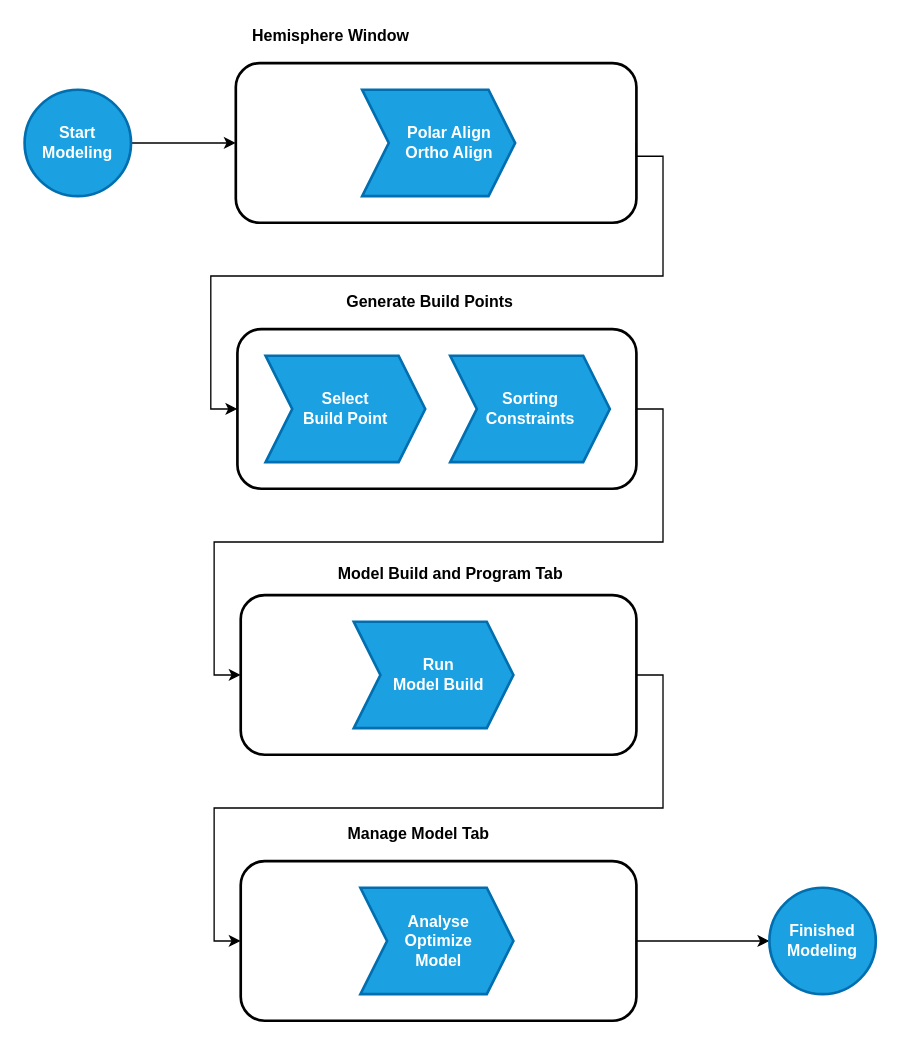
Above: doc/workflows/modeling/image/workflow.drawio in mworion/MountWizzard4 (draw.io), before the change. Source tidied: cells renumbered, new cells numbered last; positions are measured from the earlier drawing's top-left corner, leaving out a move shared by most shapes. Both pictures are drawn from the tidied source at 133%, with x=0, y=0 at pixel (24, 23).
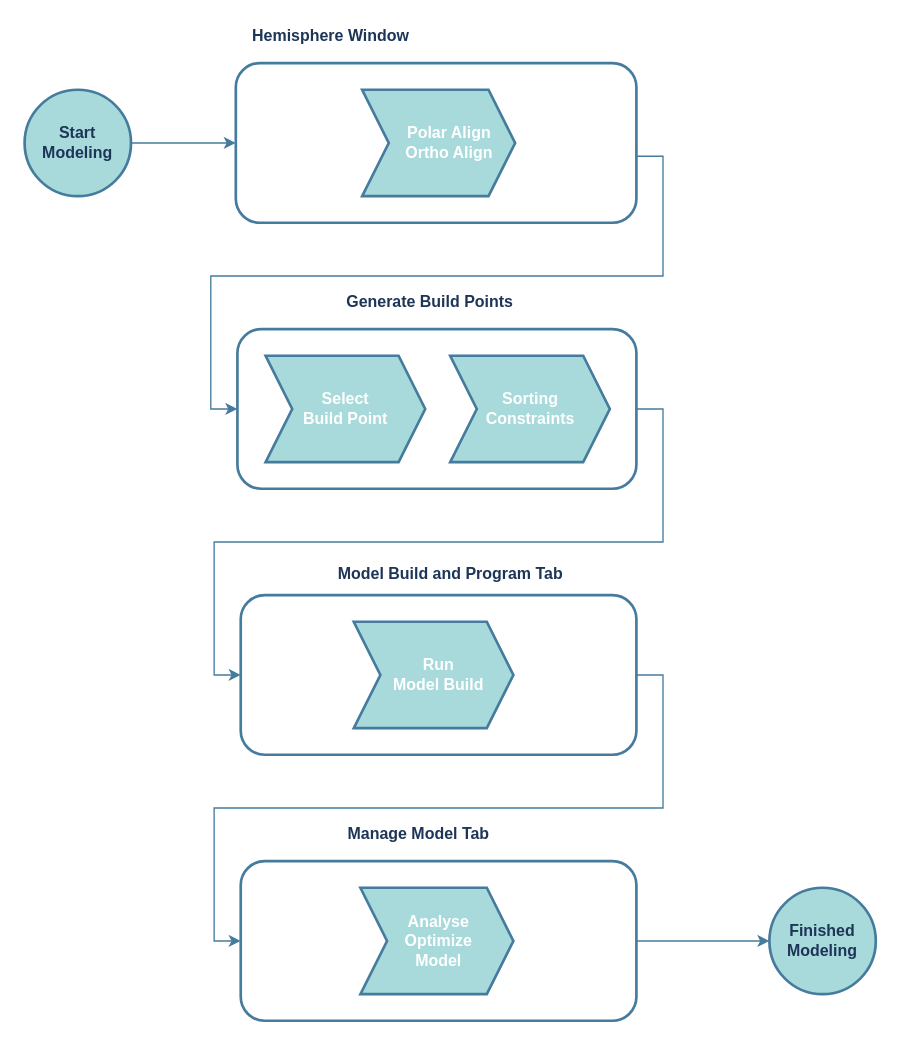
After the change.

Diff of the diagram source:
```diff
@@
-    <mxCell id="2" style="edgeStyle=orthogonalEdgeStyle;rounded=0;jettySize=auto;html=1;exitX=1;exitY=0.5;exitDx=0;exitDy=0;entryX=0;entryY=0.5;entryDx=0;entryDy=0;" parent="1" edge="1" source="3" target="14">
+    <mxCell id="2" style="edgeStyle=orthogonalEdgeStyle;rounded=0;jettySize=auto;html=1;exitX=1;exitY=0.5;exitDx=0;exitDy=0;entryX=0;entryY=0.5;entryDx=0;entryDy=0;labelBackgroundColor=none;strokeColor=#457B9D;fontColor=default;" parent="1" edge="1" source="3" target="14">
       <mxGeometry relative="1" as="geometry" />
     </mxCell>
-    <mxCell id="3" style="rounded=1;whiteSpace=wrap;html=1;fillColor=none;fontStyle=1;strokeWidth=2;" parent="1" vertex="1">
+    <mxCell id="3" style="rounded=1;whiteSpace=wrap;html=1;fillColor=none;fontStyle=1;strokeWidth=2;labelBackgroundColor=none;strokeColor=#457B9D;fontColor=#1D3557;" parent="1" vertex="1">
       <mxGeometry x="162.5" y="630" width="297.5" height="120" as="geometry" />
     </mxCell>
-    <mxCell id="4" style="edgeStyle=orthogonalEdgeStyle;rounded=0;jettySize=auto;html=1;exitX=1;exitY=0.5;exitDx=0;exitDy=0;entryX=0;entryY=0.5;entryDx=0;entryDy=0;" parent="1" edge="1" source="5" target="3">
+    <mxCell id="4" style="edgeStyle=orthogonalEdgeStyle;rounded=0;jettySize=auto;html=1;exitX=1;exitY=0.5;exitDx=0;exitDy=0;entryX=0;entryY=0.5;entryDx=0;entryDy=0;labelBackgroundColor=none;strokeColor=#457B9D;fontColor=default;" parent="1" edge="1" source="5" target="3">
       <mxGeometry relative="1" as="geometry" />
     </mxCell>
-    <mxCell id="5" style="rounded=1;whiteSpace=wrap;html=1;fillColor=none;fontStyle=1;strokeWidth=2;" parent="1" vertex="1">
+    <mxCell id="5" style="rounded=1;whiteSpace=wrap;html=1;fillColor=none;fontStyle=1;strokeWidth=2;labelBackgroundColor=none;strokeColor=#457B9D;fontColor=#1D3557;" parent="1" vertex="1">
       <mxGeometry x="162.5" y="430" width="297.5" height="120" as="geometry" />
     </mxCell>
-    <mxCell id="6" style="edgeStyle=orthogonalEdgeStyle;rounded=0;jettySize=auto;html=1;exitX=1;exitY=0.5;exitDx=0;exitDy=0;entryX=0;entryY=0.5;entryDx=0;entryDy=0;" parent="1" edge="1" source="7" target="5">
+    <mxCell id="6" style="edgeStyle=orthogonalEdgeStyle;rounded=0;jettySize=auto;html=1;exitX=1;exitY=0.5;exitDx=0;exitDy=0;entryX=0;entryY=0.5;entryDx=0;entryDy=0;labelBackgroundColor=none;strokeColor=#457B9D;fontColor=default;" parent="1" edge="1" source="7" target="5">
       <mxGeometry relative="1" as="geometry" />
     </mxCell>
-    <mxCell id="7" style="rounded=1;whiteSpace=wrap;html=1;fillColor=none;fontStyle=1;strokeWidth=2;" parent="1" vertex="1">
+    <mxCell id="7" style="rounded=1;whiteSpace=wrap;html=1;fillColor=none;fontStyle=1;strokeWidth=2;labelBackgroundColor=none;strokeColor=#457B9D;fontColor=#1D3557;" parent="1" vertex="1">
       <mxGeometry x="160" y="230" width="300" height="120" as="geometry" />
     </mxCell>
-    <mxCell id="8" style="edgeStyle=orthogonalEdgeStyle;rounded=0;jettySize=auto;html=1;exitX=1;exitY=0.5;exitDx=0;exitDy=0;entryX=0;entryY=0.5;entryDx=0;entryDy=0;" parent="1" edge="1" source="9" target="19">
+    <mxCell id="8" style="edgeStyle=orthogonalEdgeStyle;rounded=0;jettySize=auto;html=1;exitX=1;exitY=0.5;exitDx=0;exitDy=0;entryX=0;entryY=0.5;entryDx=0;entryDy=0;labelBackgroundColor=none;strokeColor=#457B9D;fontColor=default;" parent="1" edge="1" source="9" target="19">
       <mxGeometry relative="1" as="geometry" />
     </mxCell>
-    <mxCell id="9" value="Start&lt;br&gt;Modeling" style="ellipse;whiteSpace=wrap;html=1;fontStyle=1;strokeWidth=2;fillColor=#1ba1e2;strokeColor=#006EAF;fontColor=#ffffff;" parent="1" vertex="1">
+    <mxCell id="9" value="Start&lt;br&gt;Modeling" style="ellipse;whiteSpace=wrap;html=1;fontStyle=1;strokeWidth=2;fillColor=#A8DADC;strokeColor=#457B9D;fontColor=#1D3557;labelBackgroundColor=none;" parent="1" vertex="1">
       <mxGeometry y="50" width="80" height="80" as="geometry" />
     </mxCell>
-    <mxCell id="10" style="shape=step;perimeter=stepPerimeter;whiteSpace=wrap;html=1;fixedSize=1;fontStyle=1;strokeWidth=2;fillColor=#1ba1e2;strokeColor=#006EAF;fontColor=#ffffff;" parent="1" vertex="1">
+    <mxCell id="10" style="shape=step;perimeter=stepPerimeter;whiteSpace=wrap;html=1;fixedSize=1;fontStyle=1;strokeWidth=2;fillColor=#A8DADC;strokeColor=#457B9D;fontColor=#1D3557;labelBackgroundColor=none;" parent="1" vertex="1">
       <mxGeometry x="181.2" y="250" width="120" height="80" as="geometry" />
     </mxCell>
-    <mxCell id="11" style="shape=step;perimeter=stepPerimeter;whiteSpace=wrap;html=1;fixedSize=1;fontStyle=1;strokeWidth=2;fillColor=#1ba1e2;strokeColor=#006EAF;fontColor=#ffffff;" parent="1" vertex="1">
+    <mxCell id="11" style="shape=step;perimeter=stepPerimeter;whiteSpace=wrap;html=1;fixedSize=1;fontStyle=1;strokeWidth=2;fillColor=#A8DADC;strokeColor=#457B9D;fontColor=#1D3557;labelBackgroundColor=none;" parent="1" vertex="1">
       <mxGeometry x="320" y="250" width="120" height="80" as="geometry" />
     </mxCell>
-    <mxCell id="12" style="shape=step;perimeter=stepPerimeter;whiteSpace=wrap;html=1;fixedSize=1;fontStyle=1;strokeWidth=2;fillColor=#1ba1e2;strokeColor=#006EAF;fontColor=#ffffff;" parent="1" vertex="1">
+    <mxCell id="12" style="shape=step;perimeter=stepPerimeter;whiteSpace=wrap;html=1;fixedSize=1;fontStyle=1;strokeWidth=2;fillColor=#A8DADC;strokeColor=#457B9D;fontColor=#1D3557;labelBackgroundColor=none;" parent="1" vertex="1">
       <mxGeometry x="247.5" y="450" width="120" height="80" as="geometry" />
     </mxCell>
-    <mxCell id="13" style="shape=step;perimeter=stepPerimeter;whiteSpace=wrap;html=1;fixedSize=1;fontStyle=1;strokeWidth=2;fillColor=#1ba1e2;strokeColor=#006EAF;fontColor=#ffffff;" parent="1" vertex="1">
+    <mxCell id="13" style="shape=step;perimeter=stepPerimeter;whiteSpace=wrap;html=1;fixedSize=1;fontStyle=1;strokeWidth=2;fillColor=#A8DADC;strokeColor=#457B9D;fontColor=#1D3557;labelBackgroundColor=none;" parent="1" vertex="1">
       <mxGeometry x="252.5" y="650" width="115" height="80" as="geometry" />
     </mxCell>
-    <mxCell id="14" value="Finished Modeling" style="ellipse;whiteSpace=wrap;html=1;fontStyle=1;strokeWidth=2;fillColor=#1ba1e2;strokeColor=#006EAF;fontColor=#ffffff;" parent="1" vertex="1">
+    <mxCell id="14" value="Finished Modeling" style="ellipse;whiteSpace=wrap;html=1;fontStyle=1;strokeWidth=2;fillColor=#A8DADC;strokeColor=#457B9D;fontColor=#1D3557;labelBackgroundColor=none;" parent="1" vertex="1">
       <mxGeometry x="560" y="650" width="80" height="80" as="geometry" />
     </mxCell>
-    <mxCell id="15" value="Generate Build Points" style="text;html=1;strokeColor=none;fillColor=none;align=center;verticalAlign=middle;whiteSpace=wrap;rounded=0;fontStyle=1;strokeWidth=2;" parent="1" vertex="1">
+    <mxCell id="15" value="Generate Build Points" style="text;html=1;strokeColor=none;fillColor=none;align=center;verticalAlign=middle;whiteSpace=wrap;rounded=0;fontStyle=1;strokeWidth=2;labelBackgroundColor=none;fontColor=#1D3557;" parent="1" vertex="1">
       <mxGeometry x="100" y="200" width="410" height="20" as="geometry" />
     </mxCell>
-    <mxCell id="16" value="Model Build and Program Tab" style="text;html=1;strokeColor=none;fillColor=none;align=center;verticalAlign=middle;whiteSpace=wrap;rounded=0;fontStyle=1;strokeWidth=2;" parent="1" vertex="1">
+    <mxCell id="16" value="Model Build and Program Tab" style="text;html=1;strokeColor=none;fillColor=none;align=center;verticalAlign=middle;whiteSpace=wrap;rounded=0;fontStyle=1;strokeWidth=2;labelBackgroundColor=none;fontColor=#1D3557;" parent="1" vertex="1">
       <mxGeometry x="230" y="404" width="181.2" height="20" as="geometry" />
     </mxCell>
-    <mxCell id="17" value="Manage Model Tab" style="text;html=1;strokeColor=none;fillColor=none;align=center;verticalAlign=middle;whiteSpace=wrap;rounded=0;fontStyle=1;strokeWidth=2;" parent="1" vertex="1">
+    <mxCell id="17" value="Manage Model Tab" style="text;html=1;strokeColor=none;fillColor=none;align=center;verticalAlign=middle;whiteSpace=wrap;rounded=0;fontStyle=1;strokeWidth=2;labelBackgroundColor=none;fontColor=#1D3557;" parent="1" vertex="1">
       <mxGeometry x="225" y="600" width="142.5" height="20" as="geometry" />
     </mxCell>
-    <mxCell id="18" style="edgeStyle=orthogonalEdgeStyle;rounded=0;jettySize=auto;html=1;exitX=1;exitY=0.5;exitDx=0;exitDy=0;entryX=0;entryY=0.5;entryDx=0;entryDy=0;" parent="1" edge="1" source="19" target="7">
+    <mxCell id="18" style="edgeStyle=orthogonalEdgeStyle;rounded=0;jettySize=auto;html=1;exitX=1;exitY=0.5;exitDx=0;exitDy=0;entryX=0;entryY=0.5;entryDx=0;entryDy=0;labelBackgroundColor=none;strokeColor=#457B9D;fontColor=default;" parent="1" edge="1" source="19" target="7">
       <mxGeometry relative="1" as="geometry">
         <Array as="points">
           <mxPoint x="460" y="100" />
           <mxPoint x="480" y="100" />
           <mxPoint x="480" y="190" />
           <mxPoint x="140" y="190" />
           <mxPoint x="140" y="290" />
         </Array>
       </mxGeometry>
     </mxCell>
-    <mxCell id="19" style="rounded=1;whiteSpace=wrap;html=1;fillColor=none;fontStyle=1;strokeWidth=2;" parent="1" vertex="1">
+    <mxCell id="19" style="rounded=1;whiteSpace=wrap;html=1;fillColor=none;fontStyle=1;strokeWidth=2;labelBackgroundColor=none;strokeColor=#457B9D;fontColor=#1D3557;" parent="1" vertex="1">
       <mxGeometry x="158.8" y="30" width="301.2" height="120" as="geometry" />
     </mxCell>
-    <mxCell id="20" style="shape=step;perimeter=stepPerimeter;whiteSpace=wrap;html=1;fixedSize=1;fontStyle=1;strokeWidth=2;fillColor=#1ba1e2;strokeColor=#006EAF;fontColor=#ffffff;" parent="1" vertex="1">
+    <mxCell id="20" style="shape=step;perimeter=stepPerimeter;whiteSpace=wrap;html=1;fixedSize=1;fontStyle=1;strokeWidth=2;fillColor=#A8DADC;strokeColor=#457B9D;fontColor=#1D3557;labelBackgroundColor=none;" parent="1" vertex="1">
       <mxGeometry x="253.8" y="50" width="115" height="80" as="geometry" />
     </mxCell>
-    <mxCell id="21" value="Hemisphere Window" style="text;html=1;strokeColor=none;fillColor=none;align=center;verticalAlign=middle;whiteSpace=wrap;rounded=0;fontStyle=1;strokeWidth=2;" parent="1" vertex="1">
+    <mxCell id="21" value="Hemisphere Window" style="text;html=1;strokeColor=none;fillColor=none;align=center;verticalAlign=middle;whiteSpace=wrap;rounded=0;fontStyle=1;strokeWidth=2;labelBackgroundColor=none;fontColor=#1D3557;" parent="1" vertex="1">
       <mxGeometry x="158.8" width="142.5" height="20" as="geometry" />
     </mxCell>
-    <mxCell id="22" value="&lt;font color=&quot;#ffffff&quot;&gt;Analyse&lt;br style=&quot;border-color: var(--border-color);&quot;&gt;Optimize&lt;br style=&quot;border-color: var(--border-color);&quot;&gt;Model&lt;/font&gt;" style="text;html=1;strokeColor=none;fillColor=none;align=center;verticalAlign=middle;whiteSpace=wrap;rounded=0;fontStyle=1;strokeWidth=2;" parent="1" vertex="1">
+    <mxCell id="22" value="&lt;font color=&quot;#ffffff&quot;&gt;Analyse&lt;br style=&quot;border-color: var(--border-color);&quot;&gt;Optimize&lt;br style=&quot;border-color: var(--border-color);&quot;&gt;Model&lt;/font&gt;" style="text;html=1;strokeColor=none;fillColor=none;align=center;verticalAlign=middle;whiteSpace=wrap;rounded=0;fontStyle=1;strokeWidth=2;labelBackgroundColor=none;fontColor=#1D3557;" parent="1" vertex="1">
       <mxGeometry x="240" y="655" width="142.5" height="70" as="geometry" />
     </mxCell>
-    <mxCell id="23" value="&lt;font color=&quot;#ffffff&quot;&gt;Run&lt;br style=&quot;border-color: var(--border-color);&quot;&gt;Model Build&lt;/font&gt;" style="text;html=1;strokeColor=none;fillColor=none;align=center;verticalAlign=middle;whiteSpace=wrap;rounded=0;fontStyle=1;strokeWidth=2;" parent="1" vertex="1">
+    <mxCell id="23" value="&lt;font color=&quot;#ffffff&quot;&gt;Run&lt;br style=&quot;border-color: var(--border-color);&quot;&gt;Model Build&lt;/font&gt;" style="text;html=1;strokeColor=none;fillColor=none;align=center;verticalAlign=middle;whiteSpace=wrap;rounded=0;fontStyle=1;strokeWidth=2;labelBackgroundColor=none;fontColor=#1D3557;" parent="1" vertex="1">
       <mxGeometry x="240" y="455" width="142.5" height="70" as="geometry" />
     </mxCell>
-    <mxCell id="24" value="&lt;font color=&quot;#ffffff&quot;&gt;Select&lt;br style=&quot;border-color: var(--border-color);&quot;&gt;Build Point&lt;/font&gt;" style="text;html=1;strokeColor=none;fillColor=none;align=center;verticalAlign=middle;whiteSpace=wrap;rounded=0;fontStyle=1;strokeWidth=2;" parent="1" vertex="1">
+    <mxCell id="24" value="&lt;font color=&quot;#ffffff&quot;&gt;Select&lt;br style=&quot;border-color: var(--border-color);&quot;&gt;Build Point&lt;/font&gt;" style="text;html=1;strokeColor=none;fillColor=none;align=center;verticalAlign=middle;whiteSpace=wrap;rounded=0;fontStyle=1;strokeWidth=2;labelBackgroundColor=none;fontColor=#1D3557;" parent="1" vertex="1">
       <mxGeometry x="170" y="255" width="142.5" height="70" as="geometry" />
     </mxCell>
-    <mxCell id="25" value="&lt;font color=&quot;#ffffff&quot;&gt;Polar Align&lt;br style=&quot;border-color: var(--border-color);&quot;&gt;Ortho Align&lt;/font&gt;" style="text;html=1;strokeColor=none;fillColor=none;align=center;verticalAlign=middle;whiteSpace=wrap;rounded=0;fontStyle=1;strokeWidth=2;" parent="1" vertex="1">
+    <mxCell id="25" value="&lt;font color=&quot;#ffffff&quot;&gt;Polar Align&lt;br style=&quot;border-color: var(--border-color);&quot;&gt;Ortho Align&lt;/font&gt;" style="text;html=1;strokeColor=none;fillColor=none;align=center;verticalAlign=middle;whiteSpace=wrap;rounded=0;fontStyle=1;strokeWidth=2;labelBackgroundColor=none;fontColor=#1D3557;" parent="1" vertex="1">
       <mxGeometry x="247.5" y="55" width="142.5" height="70" as="geometry" />
     </mxCell>
-    <mxCell id="26" value="&lt;font color=&quot;#ffffff&quot;&gt;Sorting&lt;br style=&quot;border-color: var(--border-color);&quot;&gt;Constraints&lt;/font&gt;" style="text;html=1;strokeColor=none;fillColor=none;align=center;verticalAlign=middle;whiteSpace=wrap;rounded=0;fontStyle=1;strokeWidth=2;" parent="1" vertex="1">
+    <mxCell id="26" value="&lt;font color=&quot;#ffffff&quot;&gt;Sorting&lt;br style=&quot;border-color: var(--border-color);&quot;&gt;Constraints&lt;/font&gt;" style="text;html=1;strokeColor=none;fillColor=none;align=center;verticalAlign=middle;whiteSpace=wrap;rounded=0;fontStyle=1;strokeWidth=2;labelBackgroundColor=none;fontColor=#1D3557;" parent="1" vertex="1">
       <mxGeometry x="308.8" y="255" width="142.5" height="70" as="geometry" />
     </mxCell>
```
